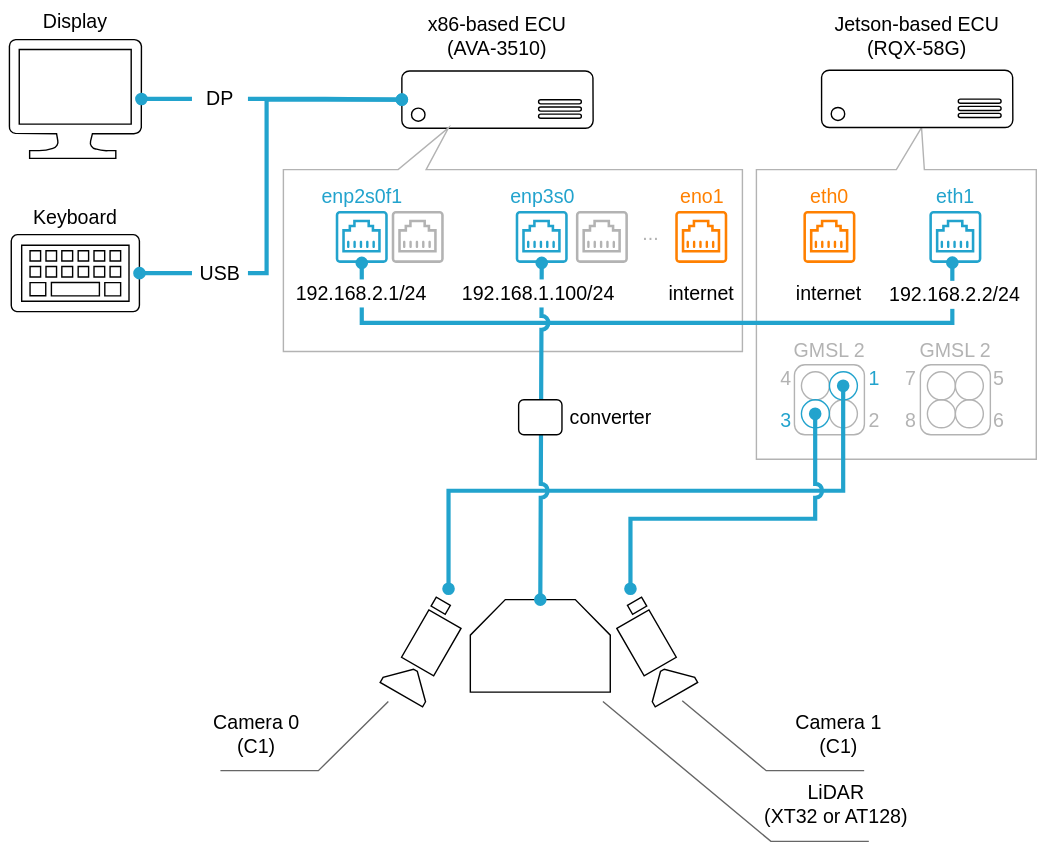
Earlier version of the draw.io export docs/tutorials/connection.drawio.svg (tier4/edge-auto). Source tidied: cells renumbered, new cells last; positions are measured from the earlier drawing's top-left corner, leaving out a move shared by most shapes.
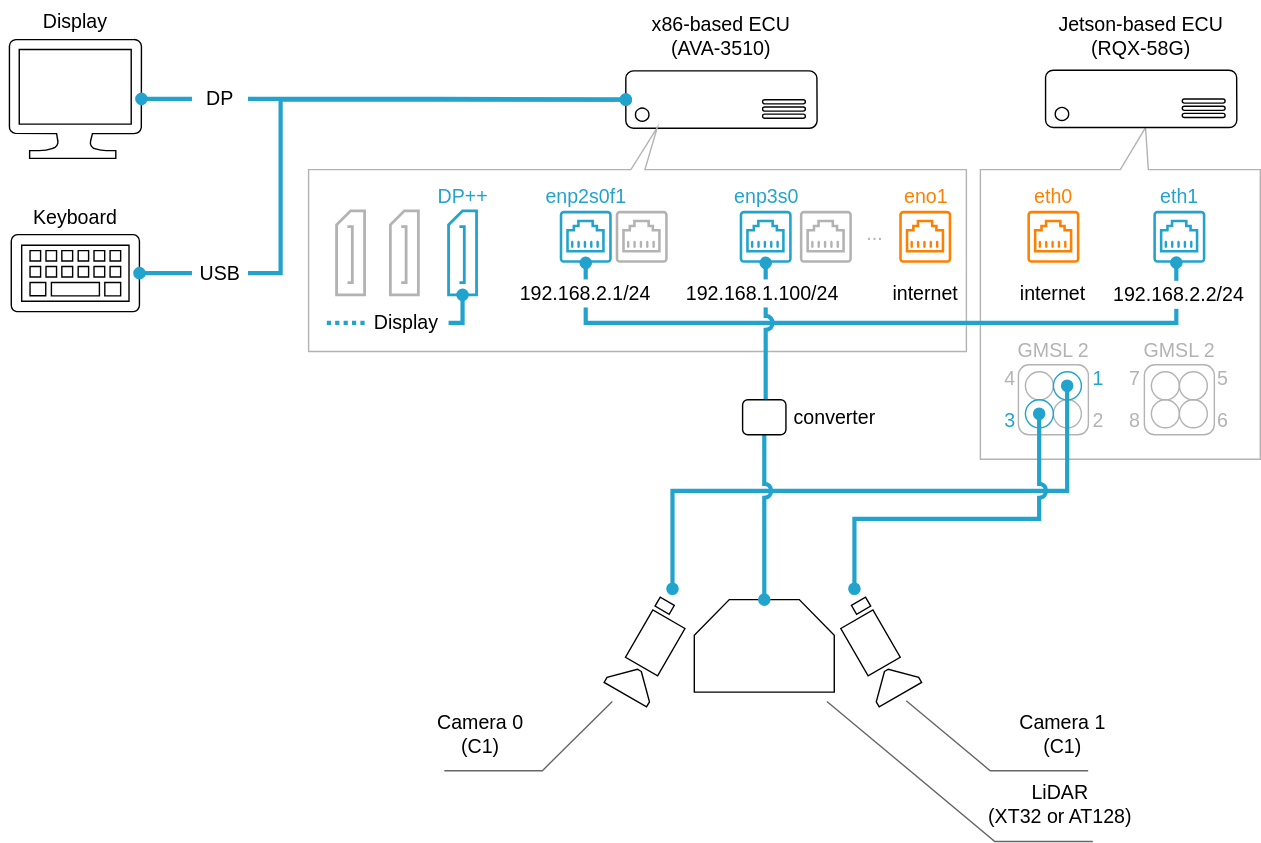
The same diagram one commit later.

Commit message:
docs: update 01_hardware_setup to show display port usage

The edit, as a diff of the source:
```diff
@@ -66,7 +66,7 @@
       <mxGeometry x="447.2" y="427.8" width="35" height="72.8" as="geometry" />
     </mxCell>
     <mxCell id="23" style="verticalLabelPosition=bottom;html=1;verticalAlign=top;align=center;shape=mxgraph.azure.computer;fontSize=12;" parent="1" vertex="1">
-      <mxGeometry x="6.1" y="27.5" width="94.5" height="85" as="geometry" />
+      <mxGeometry x="-153.9" y="27.5" width="94.5" height="85" as="geometry" />
     </mxCell>
     <mxCell id="24" style="edgeStyle=orthogonalEdgeStyle;rounded=0;orthogonalLoop=1;jettySize=auto;html=1;fontFamily=Helvetica;fontSize=14;fontColor=#22A3CD;startArrow=oval;startFill=1;endArrow=oval;endFill=1;strokeColor=#22A3CD;shadow=0;strokeWidth=3;jumpStyle=sharp;" parent="1" edge="1">
       <mxGeometry relative="1" as="geometry">
@@ -86,7 +86,7 @@
       <mxGeometry x="286.7" y="50" width="136.7" height="41" as="geometry" />
     </mxCell>
     <mxCell id="27" style="sketch=0;shadow=0;dashed=0;html=1;labelPosition=center;verticalLabelPosition=bottom;verticalAlign=top;align=center;shape=mxgraph.mscae.enterprise.keyboard;fontSize=12;" parent="1" vertex="1">
-      <mxGeometry x="7.5" y="167" width="91.7" height="55" as="geometry" />
+      <mxGeometry x="-152.5" y="167" width="91.7" height="55" as="geometry" />
     </mxCell>
     <mxCell id="28" value="&lt;font color=&quot;#b3b3b3&quot; style=&quot;font-size: 14px;&quot;&gt;GMSL 2&lt;/font&gt;" style="text;html=1;align=center;verticalAlign=middle;strokeColor=none;fillColor=none;fontSize=28;" parent="1" vertex="1">
       <mxGeometry x="557.2" y="220" width="70" height="50" as="geometry" />
@@ -95,10 +95,10 @@
       <mxGeometry x="609.2" y="240" width="30" height="50" as="geometry" />
     </mxCell>
     <mxCell id="30" value="&lt;font style=&quot;font-size: 14px&quot;&gt;&lt;span style=&quot;font-size: 14px&quot;&gt;Display&lt;/span&gt;&lt;/font&gt;" style="text;html=1;strokeColor=none;fillColor=none;align=center;verticalAlign=middle;whiteSpace=wrap;rounded=0;fontSize=14;fontStyle=0;fontColor=#000000;" parent="1" vertex="1">
-      <mxGeometry width="106.7" height="30" as="geometry" />
+      <mxGeometry x="-160" width="106.7" height="30" as="geometry" />
     </mxCell>
     <mxCell id="31" value="&lt;font style=&quot;font-size: 14px&quot;&gt;&lt;span style=&quot;font-size: 14px&quot;&gt;Keyboard&lt;/span&gt;&lt;/font&gt;" style="text;html=1;strokeColor=none;fillColor=none;align=center;verticalAlign=middle;whiteSpace=wrap;rounded=0;fontSize=14;fontStyle=0;fontColor=#000000;" parent="1" vertex="1">
-      <mxGeometry y="140" width="106.7" height="30" as="geometry" />
+      <mxGeometry x="-160" y="140" width="106.7" height="30" as="geometry" />
     </mxCell>
     <mxCell id="32" value="&lt;font color=&quot;#b3b3b3&quot; style=&quot;font-size: 14px&quot;&gt;7&lt;/font&gt;" style="text;html=1;align=center;verticalAlign=middle;strokeColor=none;fillColor=none;fontSize=28;" parent="1" vertex="1">
       <mxGeometry x="639.7" y="245" width="20" height="40" as="geometry" />
@@ -119,16 +119,16 @@
       <mxGeometry relative="1" as="geometry" />
     </mxCell>
     <mxCell id="38" value="DP" style="text;html=1;strokeColor=none;fillColor=none;align=center;verticalAlign=middle;whiteSpace=wrap;rounded=0;fontSize=14;fontStyle=0;" parent="1" vertex="1">
-      <mxGeometry x="136.7" y="60" width="40" height="20" as="geometry" />
+      <mxGeometry x="-23.3" y="60" width="40" height="20" as="geometry" />
     </mxCell>
     <mxCell id="39" value="&lt;font style=&quot;font-size: 14px&quot;&gt;&lt;span style=&quot;font-size: 14px&quot;&gt;USB&lt;/span&gt;&lt;/font&gt;" style="text;html=1;strokeColor=none;fillColor=none;align=center;verticalAlign=middle;whiteSpace=wrap;rounded=0;fontSize=14;fontStyle=0;" parent="1" vertex="1">
-      <mxGeometry x="136.7" y="184.5" width="40" height="20" as="geometry" />
+      <mxGeometry x="-23.3" y="184.5" width="40" height="20" as="geometry" />
     </mxCell>
     <mxCell id="40" style="edgeStyle=orthogonalEdgeStyle;html=1;entryX=1;entryY=0.5;entryDx=0;entryDy=0;entryPerimeter=0;fontSize=14;endArrow=none;rounded=0;strokeColor=#22A3CD;fontColor=#22A3CD;startArrow=oval;startFill=1;endFill=1;shadow=0;strokeWidth=3;exitX=0;exitY=0.5;exitDx=0;exitDy=0;exitPerimeter=0;" parent="1" edge="1" source="26" target="39">
       <mxGeometry relative="1" as="geometry">
         <Array as="points">
-          <mxPoint x="190" y="71" />
-          <mxPoint x="190" y="195" />
+          <mxPoint x="40" y="71" />
+          <mxPoint x="40" y="195" />
         </Array>
       </mxGeometry>
     </mxCell>
@@ -138,8 +138,8 @@
     <mxCell id="42" value="&lt;font style=&quot;font-size: 14px;&quot;&gt;&lt;span style=&quot;font-size: 14px;&quot;&gt;Jetson-based ECU&lt;br&gt;(RQX-58G)&lt;br&gt;&lt;/span&gt;&lt;/font&gt;" style="text;html=1;strokeColor=none;fillColor=none;align=center;verticalAlign=middle;whiteSpace=wrap;rounded=0;fontSize=14;fontStyle=0;fontColor=#000000;" parent="1" vertex="1">
       <mxGeometry x="570" y="10" width="170" height="30" as="geometry" />
     </mxCell>
-    <mxCell id="43" style="shape=callout;whiteSpace=wrap;html=1;perimeter=calloutPerimeter;fontFamily=Helvetica;fontSize=20;strokeColor=#B3B3B3;fillColor=none;position2=0.36;flipH=0;flipV=1;size=30;position=0.25;" parent="1" vertex="1">
-      <mxGeometry x="202" y="90.5" width="328" height="160" as="geometry" />
+    <mxCell id="43" style="shape=callout;whiteSpace=wrap;html=1;perimeter=calloutPerimeter;fontFamily=Helvetica;fontSize=20;strokeColor=#B3B3B3;fillColor=none;position2=0.53;flipH=0;flipV=1;size=30;position=0.49;base=10;" parent="1" vertex="1">
+      <mxGeometry x="60" y="90.5" width="470" height="160" as="geometry" />
     </mxCell>
     <mxCell id="44" style="verticalLabelPosition=bottom;outlineConnect=0;align=center;dashed=0;html=1;verticalAlign=top;shape=mxgraph.pid.misc.bin;rotation=-180;" parent="1" vertex="1">
       <mxGeometry x="335.6" y="427.8" width="100" height="66.1" as="geometry" />
@@ -245,5 +245,50 @@
     <mxCell id="73" value="&lt;font style=&quot;font-size: 14px&quot;&gt;&lt;span style=&quot;font-size: 14px&quot;&gt;internet&lt;/span&gt;&lt;/font&gt;" style="text;html=1;strokeColor=none;fillColor=#FFFFFF;align=center;verticalAlign=middle;whiteSpace=wrap;rounded=0;fontSize=14;fontStyle=0;fontColor=#000000;" parent="1" vertex="1">
       <mxGeometry x="474.5" y="194.5" width="52.2" height="29" as="geometry" />
     </mxCell>
+    <mxCell id="74" style="group;strokeColor=none;fillColor=none;strokeWidth=3;" parent="1" vertex="1">
+      <mxGeometry x="80" y="150" width="20" height="60" as="geometry" />
+    </mxCell>
+    <mxCell id="75" style="shape=card;whiteSpace=wrap;html=1;size=10;fillColor=none;strokeColor=#B3B3B3;strokeWidth=2;" parent="74" vertex="1">
+      <mxGeometry width="20" height="60" as="geometry" />
+    </mxCell>
+    <mxCell id="76" style="shape=partialRectangle;whiteSpace=wrap;html=1;bottom=1;right=1;left=1;top=0;fillColor=none;routingCenterX=-0.5;rotation=-90;strokeColor=#B3B3B3;strokeWidth=2;" parent="74" vertex="1">
+      <mxGeometry x="-10" y="30" width="40" height="2.5" as="geometry" />
+    </mxCell>
+    <mxCell id="77" style="group;strokeColor=none;fillColor=none;strokeWidth=3;" parent="1" vertex="1">
+      <mxGeometry x="118.4" y="150" width="20" height="60" as="geometry" />
+    </mxCell>
+    <mxCell id="78" style="shape=card;whiteSpace=wrap;html=1;size=10;fillColor=none;strokeColor=#B3B3B3;strokeWidth=2;" parent="77" vertex="1">
+      <mxGeometry width="20" height="60" as="geometry" />
+    </mxCell>
+    <mxCell id="79" style="shape=partialRectangle;whiteSpace=wrap;html=1;bottom=1;right=1;left=1;top=0;fillColor=none;routingCenterX=-0.5;rotation=-90;strokeColor=#B3B3B3;strokeWidth=2;" parent="77" vertex="1">
+      <mxGeometry x="-10" y="30" width="40" height="2.5" as="geometry" />
+    </mxCell>
+    <mxCell id="80" style="group;strokeColor=none;fillColor=none;strokeWidth=3;" parent="1" vertex="1">
+      <mxGeometry x="160" y="150" width="20" height="60" as="geometry" />
+    </mxCell>
+    <mxCell id="81" style="shape=card;whiteSpace=wrap;html=1;size=10;fillColor=none;strokeColor=#22A3CD;strokeWidth=2;" parent="80" vertex="1">
+      <mxGeometry width="20" height="60" as="geometry" />
+    </mxCell>
+    <mxCell id="82" style="shape=partialRectangle;whiteSpace=wrap;html=1;bottom=1;right=1;left=1;top=0;fillColor=none;routingCenterX=-0.5;rotation=-90;strokeColor=#22A3CD;strokeWidth=2;" parent="80" vertex="1">
+      <mxGeometry x="-10" y="30" width="40" height="2.5" as="geometry" />
+    </mxCell>
+    <mxCell id="83" value="&lt;font color=&quot;#22a3cd&quot;&gt;&lt;span style=&quot;font-size: 14px;&quot;&gt;DP++&lt;/span&gt;&lt;/font&gt;" style="text;html=1;align=center;verticalAlign=middle;strokeColor=none;fillColor=none;fontSize=28;" parent="1" vertex="1">
+      <mxGeometry x="140" y="110" width="60" height="50" as="geometry" />
+    </mxCell>
+    <mxCell id="84" style="edgeStyle=orthogonalEdgeStyle;rounded=0;jettySize=auto;html=1;strokeColor=#22A3CD;strokeWidth=3;endArrow=none;endFill=0;dashed=1;dashPattern=1 1;" parent="1" edge="1" source="85">
+      <mxGeometry relative="1" as="geometry">
+        <mxPoint x="70" y="230" as="targetPoint" />
+      </mxGeometry>
+    </mxCell>
+    <mxCell id="85" value="&lt;font style=&quot;font-size: 14px&quot;&gt;&lt;span style=&quot;font-size: 14px&quot;&gt;Display&lt;/span&gt;&lt;/font&gt;" style="text;html=1;strokeColor=none;fillColor=none;align=center;verticalAlign=middle;whiteSpace=wrap;rounded=0;fontSize=14;fontStyle=0;fontColor=#000000;" parent="1" vertex="1">
+      <mxGeometry x="100" y="220" width="60" height="20" as="geometry" />
+    </mxCell>
+    <mxCell id="86" style="edgeStyle=orthogonalEdgeStyle;rounded=0;jettySize=auto;html=1;exitX=0.5;exitY=1;exitDx=0;exitDy=0;exitPerimeter=0;entryX=1;entryY=0.5;entryDx=0;entryDy=0;strokeColor=#22A3CD;strokeWidth=3;endArrow=none;endFill=0;startArrow=oval;startFill=1;" parent="1" edge="1" source="81" target="85">
+      <mxGeometry relative="1" as="geometry">
+        <Array as="points">
+          <mxPoint x="170" y="230" />
+        </Array>
+      </mxGeometry>
+    </mxCell>
   </root>
 </mxGraphModel>
```
